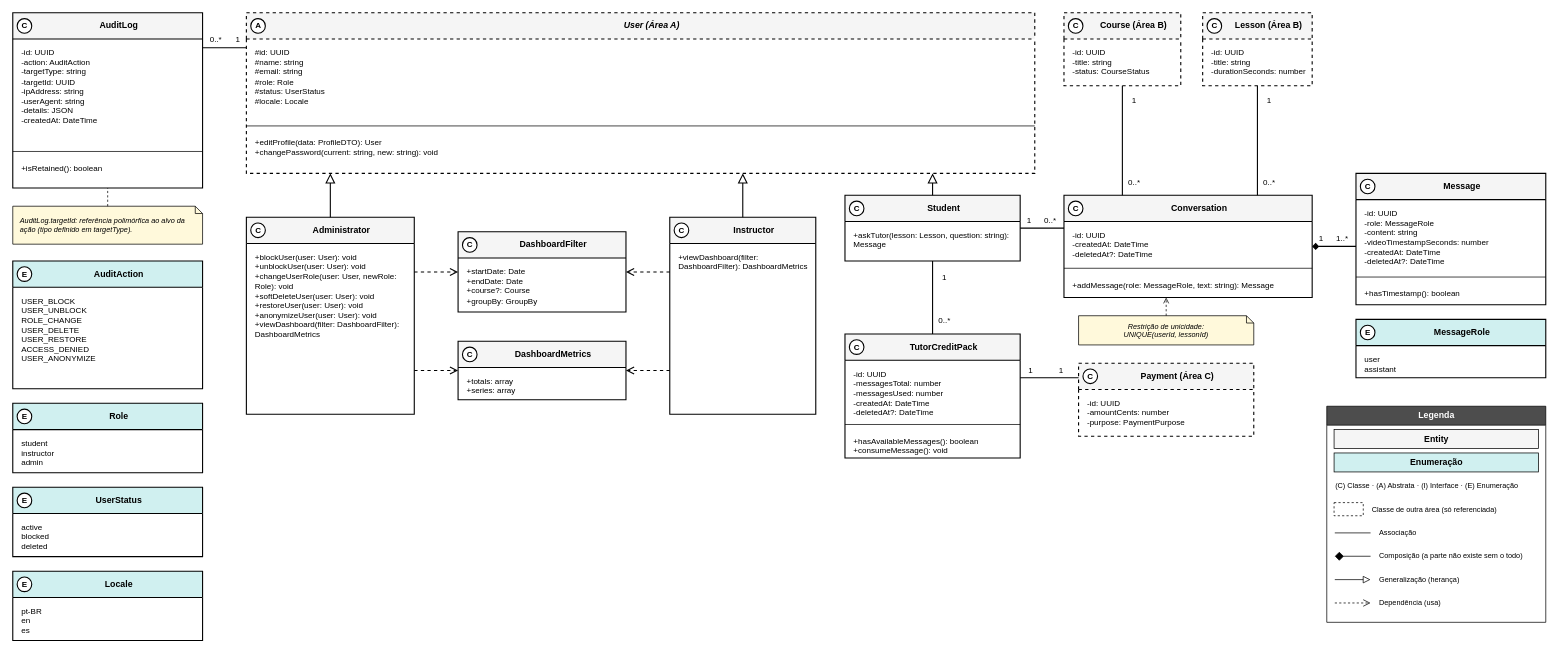
The draw.io diagram especificacao/diagramas/13-classes-area-d-negocial.drawio in Plataforma-de-Cursos-TCC/plataforma-cursos-docs, before the edit. Source tidied: cells renumbered, new cells numbered last; positions are measured from the earlier drawing's top-left corner, leaving out a move shared by most shapes. Both pictures are drawn from the tidied source at 73%, with x=0, y=0 at pixel (12, 12).
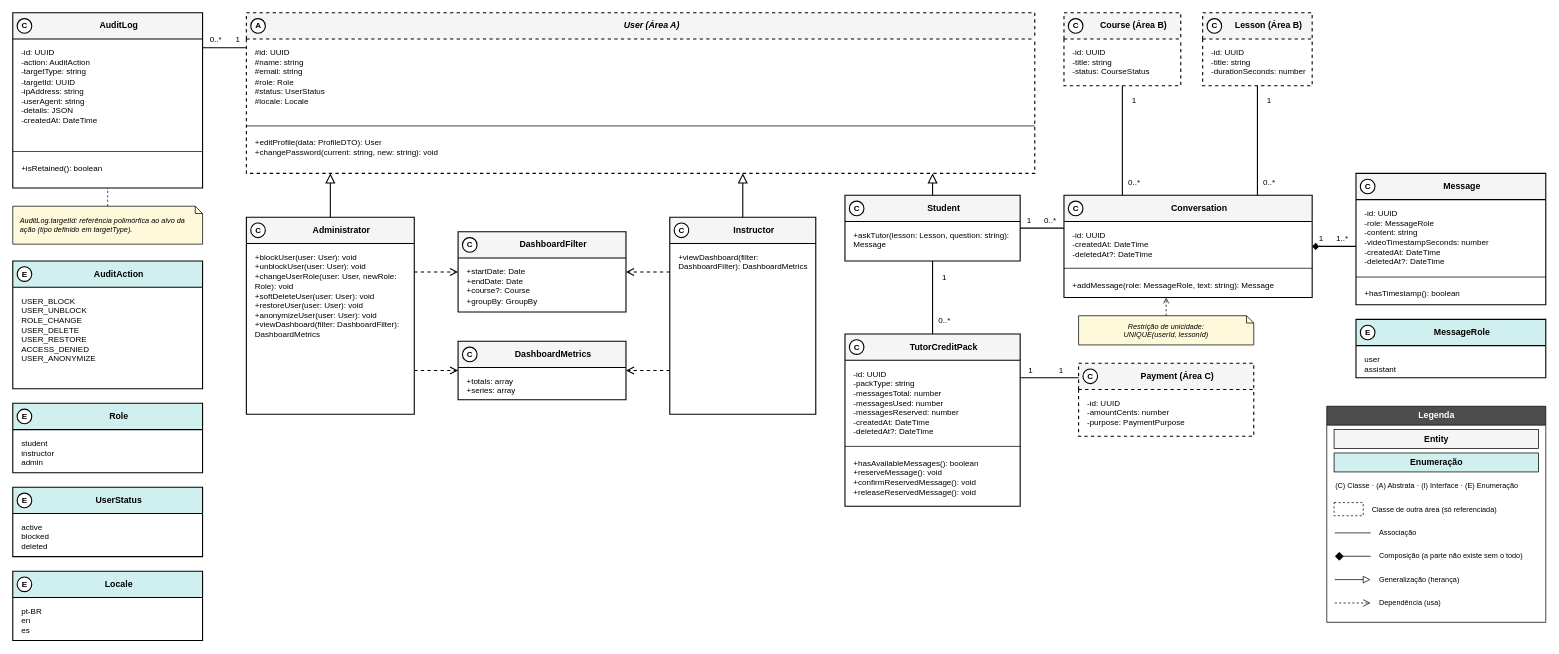
Above is the later version.

Unchanged cells that the change refers to:
```xml
<mxCell id="30" value="&lt;b&gt;Payment (Área C)&lt;/b&gt;" style="swimlane;html=1;fontStyle=0;align=center;verticalAlign=middle;startSize=36;swimlaneFillColor=#FFFFFF;strokeColor=#000000;strokeWidth=1.5;fontFamily=Helvetica;fontSize=12;fontColor=#000000;rounded=0;spacingLeft=30;dashed=1;fillColor=#F5F5F5;" parent="1" vertex="1">
  <mxGeometry x="1460" y="480" width="240" height="100" as="geometry" />
</mxCell>
```

Diff of the diagram source:
```diff
@@
     <mxCell id="26" value="&lt;b&gt;TutorCreditPack&lt;/b&gt;" style="swimlane;html=1;fontStyle=0;align=center;verticalAlign=middle;startSize=36;swimlaneFillColor=#FFFFFF;strokeColor=#000000;strokeWidth=1.5;fontFamily=Helvetica;fontSize=12;fontColor=#000000;rounded=0;spacingLeft=30;fillColor=#F5F5F5;" parent="1" vertex="1">
-      <mxGeometry x="1140" y="440" width="240" height="170" as="geometry" />
+      <mxGeometry x="1140" y="440" width="240" height="236" as="geometry" />
     </mxCell>
-    <mxCell id="27" value="-id: UUID&lt;br&gt;-messagesTotal: number&lt;br&gt;-messagesUsed: number&lt;br&gt;-createdAt: DateTime&lt;br&gt;-deletedAt?: DateTime" style="text;html=1;align=left;verticalAlign=top;spacingLeft=10;spacingRight=8;spacingTop=6;fontSize=11;fontFamily=Helvetica;fontColor=#000000;strokeColor=none;fillColor=none;whiteSpace=wrap;" parent="26" vertex="1">
-      <mxGeometry y="36" width="240" height="84" as="geometry" />
+    <mxCell id="27" value="-id: UUID&lt;br&gt;-packType: string&lt;br&gt;-messagesTotal: number&lt;br&gt;-messagesUsed: number&lt;br&gt;-messagesReserved: number&lt;br&gt;-createdAt: DateTime&lt;br&gt;-deletedAt?: DateTime" style="text;html=1;align=left;verticalAlign=top;spacingLeft=10;spacingRight=8;spacingTop=6;fontSize=11;fontFamily=Helvetica;fontColor=#000000;strokeColor=none;fillColor=none;whiteSpace=wrap;" parent="26" vertex="1">
+      <mxGeometry y="36" width="240" height="114" as="geometry" />
     </mxCell>
     <mxCell id="28" style="line;strokeWidth=1;fillColor=none;align=left;verticalAlign=middle;strokeColor=#000000;" parent="26" vertex="1">
-      <mxGeometry y="120" width="240" height="8" as="geometry" />
+      <mxGeometry y="150" width="240" height="8" as="geometry" />
     </mxCell>
-    <mxCell id="29" value="+hasAvailableMessages(): boolean&lt;br&gt;+consumeMessage(): void" style="text;html=1;align=left;verticalAlign=top;spacingLeft=10;spacingRight=8;spacingTop=6;fontSize=11;fontFamily=Helvetica;fontColor=#000000;strokeColor=none;fillColor=none;whiteSpace=wrap;" parent="26" vertex="1">
-      <mxGeometry y="128" width="240" height="38" as="geometry" />
+    <mxCell id="29" value="+hasAvailableMessages(): boolean&lt;br&gt;+reserveMessage(): void&lt;br&gt;+confirmReservedMessage(): void&lt;br&gt;+releaseReservedMessage(): void" style="text;html=1;align=left;verticalAlign=top;spacingLeft=10;spacingRight=8;spacingTop=6;fontSize=11;fontFamily=Helvetica;fontColor=#000000;strokeColor=none;fillColor=none;whiteSpace=wrap;" parent="26" vertex="1">
+      <mxGeometry y="158" width="240" height="72" as="geometry" />
     </mxCell>
@@
-    <mxCell id="65" style="edgeStyle=orthogonalEdgeStyle;rounded=0;jettySize=auto;html=1;strokeColor=#000000;strokeWidth=1.5;endArrow=none;exitX=1;exitY=0.352941;exitDx=0;exitDy=0;entryX=0;entryY=0.2;entryDx=0;entryDy=0;" parent="1" edge="1" source="26" target="30">
+    <mxCell id="65" style="edgeStyle=orthogonalEdgeStyle;rounded=0;jettySize=auto;html=1;strokeColor=#000000;strokeWidth=1.5;endArrow=none;exitX=1;exitY=0.254237;exitDx=0;exitDy=0;entryX=0;entryY=0.2;entryDx=0;entryDy=0;" parent="1" edge="1" source="26" target="30">
       <mxGeometry relative="1" as="geometry" />
     </mxCell>
```
